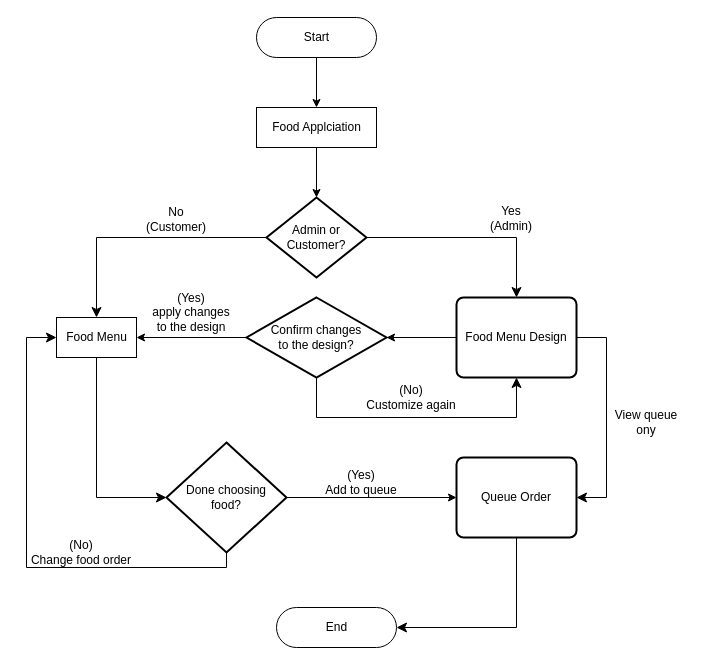
Above: DOCS/Diagrams/Flowchart.drawio in alexxGmZ/MenuMaApp (draw.io), before the change. Source tidied: cells renumbered, new cells numbered last; positions are measured from the earlier drawing's top-left corner, leaving out a move shared by most shapes. Both pictures are drawn from the tidied source at 100%, with x=0, y=0 at pixel (26, 17).
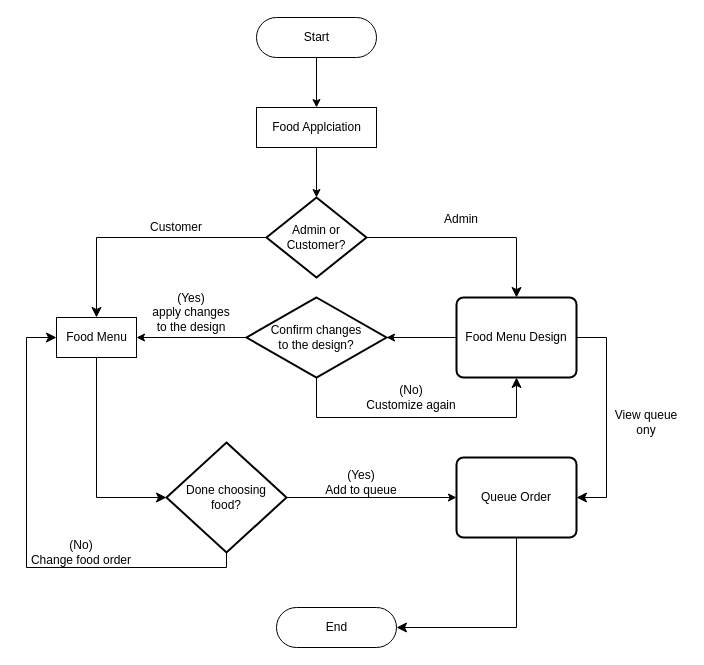
Above is the later version.

Change to the diagram source:
```diff
@@
-    <mxCell id="14" value="Yes&lt;br&gt;(Admin)" style="text;html=1;strokeColor=none;fillColor=none;align=center;verticalAlign=middle;whiteSpace=wrap;rounded=0;" parent="1" vertex="1">
-      <mxGeometry x="430" y="186" width="110" height="30" as="geometry" />
+    <mxCell id="14" value="Admin" style="text;html=1;strokeColor=none;fillColor=none;align=center;verticalAlign=middle;whiteSpace=wrap;rounded=0;" parent="1" vertex="1">
+      <mxGeometry x="380" y="187" width="110" height="30" as="geometry" />
     </mxCell>
-    <mxCell id="15" value="No&lt;br&gt;(Customer)" style="text;html=1;strokeColor=none;fillColor=none;align=center;verticalAlign=middle;whiteSpace=wrap;rounded=0;" parent="1" vertex="1">
+    <mxCell id="15" value="&lt;br&gt;Customer" style="text;html=1;strokeColor=none;fillColor=none;align=center;verticalAlign=middle;whiteSpace=wrap;rounded=0;" parent="1" vertex="1">
       <mxGeometry x="90" y="187" width="120" height="30" as="geometry" />
     </mxCell>
```
